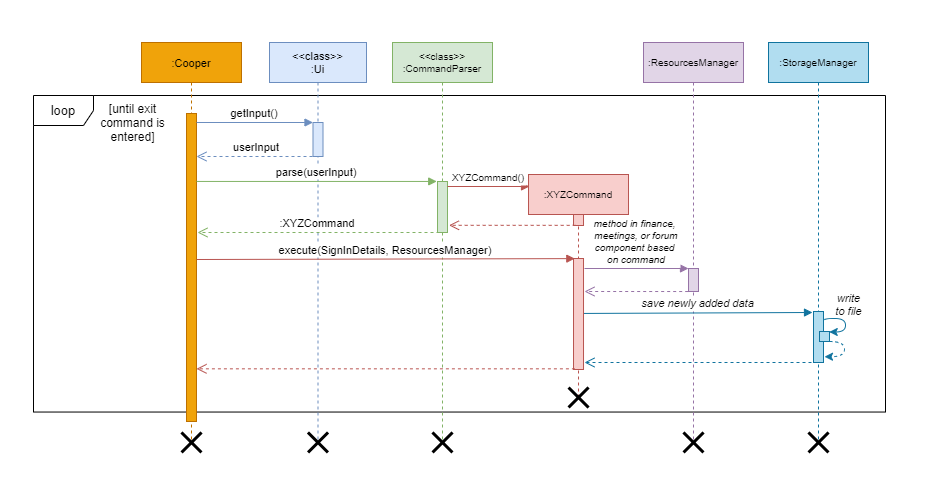
Earlier version of the draw.io export docs/developerGuideDiagrams/commandSequenceDiagram.png (theeugenechong/tp). Source tidied: cells renumbered, new cells last; positions are measured from the earlier drawing's top-left corner, leaving out a move shared by most shapes. Source of this version:
```xml
<mxGraphModel>
  <root>
    <mxCell id="0" />
    <mxCell id="1" parent="0" />
    <mxCell id="2" style="rounded=0;whiteSpace=wrap;html=1;hachureGap=4;fontFamily=Helvetica;fontSize=8;align=center;fillColor=default;strokeWidth=0;strokeColor=#FFFFFF;" parent="1" vertex="1">
      <mxGeometry width="951" height="492" as="geometry" />
    </mxCell>
    <mxCell id="3" value="&lt;font style=&quot;font-size: 13px&quot;&gt;loop&lt;/font&gt;" style="shape=umlFrame;whiteSpace=wrap;html=1;fontFamily=Helvetica;fontSize=10;" parent="1" vertex="1">
      <mxGeometry x="33" y="95" width="852" height="316.5" as="geometry" />
    </mxCell>
    <mxCell id="4" value=":Cooper" style="shape=umlLifeline;perimeter=lifelinePerimeter;rounded=0;shadow=0;strokeWidth=1;fontFamily=Helvetica;fontSize=11;fillColor=#f0a30a;strokeColor=#BD7000;fontColor=#000000;" parent="1" vertex="1">
      <mxGeometry x="141" y="42" width="100" height="400" as="geometry" />
    </mxCell>
    <mxCell id="5" style="points=[];perimeter=orthogonalPerimeter;rounded=0;shadow=0;strokeWidth=1;fontFamily=Helvetica;fontSize=11;fillColor=#f0a30a;strokeColor=#BD7000;fontColor=#000000;" parent="4" vertex="1">
      <mxGeometry x="45" y="71" width="10" height="308" as="geometry" />
    </mxCell>
    <mxCell id="6" style="shape=umlDestroy;whiteSpace=wrap;html=1;strokeWidth=3;fontFamily=Helvetica;" parent="4" vertex="1">
      <mxGeometry x="40" y="390" width="20" height="20" as="geometry" />
    </mxCell>
    <mxCell id="7" value="&lt;&lt;class&gt;&gt;&#10;:Ui" style="shape=umlLifeline;perimeter=lifelinePerimeter;rounded=0;shadow=0;strokeWidth=1;fontFamily=Helvetica;fontSize=11;fillColor=#dae8fc;strokeColor=#6c8ebf;" parent="1" vertex="1">
      <mxGeometry x="269" y="42" width="97" height="400" as="geometry" />
    </mxCell>
    <mxCell id="8" style="points=[];perimeter=orthogonalPerimeter;rounded=0;shadow=0;strokeWidth=1;fontFamily=Helvetica;fontSize=11;fillColor=#dae8fc;strokeColor=#6c8ebf;" parent="7" vertex="1">
      <mxGeometry x="43.5" y="80" width="10" height="34" as="geometry" />
    </mxCell>
    <mxCell id="9" style="shape=umlDestroy;whiteSpace=wrap;html=1;strokeWidth=3;fontFamily=Helvetica;" parent="7" vertex="1">
      <mxGeometry x="38.5" y="390" width="20" height="20" as="geometry" />
    </mxCell>
    <mxCell id="10" value="userInput" style="verticalAlign=bottom;endArrow=open;dashed=1;endSize=8;shadow=0;strokeWidth=1;fontFamily=Helvetica;fontSize=11;fillColor=#dae8fc;strokeColor=#6c8ebf;" parent="1" edge="1">
      <mxGeometry x="0.01" relative="1" as="geometry">
        <mxPoint x="318" y="156" as="sourcePoint" />
        <mxPoint x="196" y="156" as="targetPoint" />
      </mxGeometry>
    </mxCell>
    <mxCell id="11" value="getInput()" style="verticalAlign=bottom;endArrow=block;entryX=0;entryY=0;shadow=0;strokeWidth=1;fontFamily=Helvetica;fontSize=11;fillColor=#dae8fc;strokeColor=#6c8ebf;" parent="1" edge="1" source="5" target="8">
      <mxGeometry relative="1" as="geometry" />
    </mxCell>
    <mxCell id="12" value="&lt;&lt;class&gt;&gt;&#10;:CommandParser" style="shape=umlLifeline;perimeter=lifelinePerimeter;rounded=0;shadow=0;strokeWidth=1;fontFamily=Helvetica;fontSize=10;fillColor=#d5e8d4;strokeColor=#82b366;" parent="1" vertex="1">
      <mxGeometry x="392" y="42" width="100" height="400" as="geometry" />
    </mxCell>
    <mxCell id="13" style="points=[];perimeter=orthogonalPerimeter;rounded=0;shadow=0;strokeWidth=1;fontFamily=Helvetica;fontSize=11;fillColor=#d5e8d4;strokeColor=#82b366;" parent="12" vertex="1">
      <mxGeometry x="45" y="139" width="10" height="51" as="geometry" />
    </mxCell>
    <mxCell id="14" style="shape=umlDestroy;whiteSpace=wrap;html=1;strokeWidth=3;fontFamily=Helvetica;" parent="12" vertex="1">
      <mxGeometry x="40" y="390" width="20" height="20" as="geometry" />
    </mxCell>
    <mxCell id="15" value="parse(userInput)" style="verticalAlign=bottom;endArrow=block;shadow=0;strokeWidth=1;fontFamily=Helvetica;fontSize=11;entryX=-0.076;entryY=-0.001;entryDx=0;entryDy=0;entryPerimeter=0;fillColor=#d5e8d4;strokeColor=#82b366;" parent="1" edge="1" source="5" target="13">
      <mxGeometry relative="1" as="geometry" />
    </mxCell>
    <mxCell id="16" value=":XYZCommand" style="shape=umlLifeline;perimeter=lifelinePerimeter;rounded=0;shadow=0;strokeWidth=1;fontFamily=Helvetica;fontSize=10;fillColor=#f8cecc;strokeColor=#b85450;" parent="1" vertex="1">
      <mxGeometry x="528" y="174" width="100" height="223" as="geometry" />
    </mxCell>
    <mxCell id="17" style="points=[];perimeter=orthogonalPerimeter;rounded=0;shadow=0;strokeWidth=1;fontFamily=Helvetica;fontSize=11;fillColor=#f8cecc;strokeColor=#b85450;" parent="16" vertex="1">
      <mxGeometry x="45" y="40" width="10" height="11" as="geometry" />
    </mxCell>
    <mxCell id="18" style="points=[];perimeter=orthogonalPerimeter;rounded=0;shadow=0;strokeWidth=1;fontFamily=Helvetica;fontSize=11;fillColor=#f8cecc;strokeColor=#b85450;" parent="16" vertex="1">
      <mxGeometry x="45" y="84" width="10" height="111" as="geometry" />
    </mxCell>
    <mxCell id="19" value="XYZCommand()" style="verticalAlign=bottom;endArrow=block;shadow=0;strokeWidth=1;fontFamily=Helvetica;fontSize=10;fillColor=#f8cecc;strokeColor=#b85450;" parent="16" edge="1">
      <mxGeometry relative="1" as="geometry">
        <mxPoint x="-81" y="12" as="sourcePoint" />
        <mxPoint x="1" y="12" as="targetPoint" />
      </mxGeometry>
    </mxCell>
    <mxCell id="20" style="shape=umlDestroy;whiteSpace=wrap;html=1;strokeWidth=3;fontFamily=Helvetica;" parent="16" vertex="1">
      <mxGeometry x="40" y="213" width="20" height="20" as="geometry" />
    </mxCell>
    <mxCell id="21" value="&lt;font style=&quot;font-size: 12px&quot;&gt;[until exit&lt;br&gt;command is&lt;br&gt;entered]&lt;/font&gt;" style="text;html=1;align=center;verticalAlign=middle;strokeColor=none;fillColor=none;rounded=0;hachureGap=4;fontFamily=Helvetica;fontSize=9;" parent="1" vertex="1">
      <mxGeometry x="94" y="102.2" width="75" height="40" as="geometry" />
    </mxCell>
    <mxCell id="22" style="verticalAlign=bottom;endArrow=open;dashed=1;endSize=8;shadow=0;strokeWidth=1;fontFamily=Helvetica;fontSize=11;fillColor=#f8cecc;strokeColor=#b85450;exitX=0.217;exitY=0.985;exitDx=0;exitDy=0;exitPerimeter=0;entryX=1.15;entryY=0.859;entryDx=0;entryDy=0;entryPerimeter=0;" parent="1" edge="1" source="17" target="13">
      <mxGeometry x="0.01" relative="1" as="geometry" />
    </mxCell>
    <mxCell id="23" value=":XYZCommand" style="verticalAlign=bottom;endArrow=open;dashed=1;endSize=8;shadow=0;strokeWidth=1;fontFamily=Helvetica;fontSize=11;fillColor=#d5e8d4;strokeColor=#82b366;exitX=0.2;exitY=1;exitDx=0;exitDy=0;exitPerimeter=0;" parent="1" edge="1" source="13">
      <mxGeometry x="0.01" relative="1" as="geometry">
        <mxPoint x="197" y="232" as="targetPoint" />
      </mxGeometry>
    </mxCell>
    <mxCell id="24" value="execute(SignInDetails, ResourcesManager)" style="verticalAlign=bottom;endArrow=block;shadow=0;strokeWidth=1;fontFamily=Helvetica;fontSize=11;fillColor=#f8cecc;strokeColor=#b85450;entryX=0.132;entryY=0.001;entryDx=0;entryDy=0;entryPerimeter=0;" parent="1" edge="1" target="18">
      <mxGeometry relative="1" as="geometry">
        <mxPoint x="196" y="259" as="sourcePoint" />
      </mxGeometry>
    </mxCell>
    <mxCell id="25" value=":ResourcesManager" style="shape=umlLifeline;perimeter=lifelinePerimeter;rounded=0;shadow=0;strokeWidth=1;fontFamily=Helvetica;fontSize=10;fillColor=#e1d5e7;strokeColor=#9673a6;" parent="1" vertex="1">
      <mxGeometry x="643" y="42" width="100" height="400" as="geometry" />
    </mxCell>
    <mxCell id="26" style="perimeter=orthogonalPerimeter;rounded=0;shadow=0;strokeWidth=1;fontFamily=Helvetica;fontSize=11;fillColor=#e1d5e7;strokeColor=#9673a6;" parent="25" vertex="1">
      <mxGeometry x="45" y="226" width="10" height="23" as="geometry" />
    </mxCell>
    <mxCell id="27" style="shape=umlDestroy;whiteSpace=wrap;html=1;strokeWidth=3;fontFamily=Helvetica;" parent="25" vertex="1">
      <mxGeometry x="40" y="390" width="20" height="20" as="geometry" />
    </mxCell>
    <mxCell id="28" value="method in finance, &#10;meetings, or forum&#10;component based &#10;on command" style="verticalAlign=bottom;endArrow=block;shadow=0;strokeWidth=1;fontFamily=Helvetica;fontSize=10;fillColor=#e1d5e7;strokeColor=#9673a6;fontStyle=2;" parent="1" edge="1">
      <mxGeometry relative="1" as="geometry">
        <mxPoint x="584" y="268" as="sourcePoint" />
        <mxPoint x="688" y="268" as="targetPoint" />
      </mxGeometry>
    </mxCell>
    <mxCell id="29" style="verticalAlign=bottom;endArrow=open;dashed=1;endSize=8;shadow=0;strokeWidth=1;fontFamily=Helvetica;fontSize=11;fillColor=#e1d5e7;strokeColor=#9673a6;exitX=0.217;exitY=0.985;exitDx=0;exitDy=0;exitPerimeter=0;" parent="1" edge="1">
      <mxGeometry x="0.01" relative="1" as="geometry">
        <mxPoint x="687.7" y="291" as="sourcePoint" />
        <mxPoint x="584" y="291" as="targetPoint" />
      </mxGeometry>
    </mxCell>
    <mxCell id="30" style="verticalAlign=bottom;endArrow=open;dashed=1;endSize=8;shadow=0;strokeWidth=1;fontFamily=Helvetica;fontSize=11;fillColor=#f8cecc;strokeColor=#b85450;exitX=0.14;exitY=0.994;exitDx=0;exitDy=0;exitPerimeter=0;" parent="1" edge="1" source="18" target="5">
      <mxGeometry x="0.01" relative="1" as="geometry" />
    </mxCell>
    <mxCell id="31" value=":StorageManager" style="shape=umlLifeline;perimeter=lifelinePerimeter;rounded=0;shadow=0;strokeWidth=1;fontFamily=Helvetica;fontSize=10;fillColor=#b1ddf0;strokeColor=#10739e;" parent="1" vertex="1">
      <mxGeometry x="768" y="42" width="100" height="400" as="geometry" />
    </mxCell>
    <mxCell id="32" style="points=[];perimeter=orthogonalPerimeter;rounded=0;shadow=0;strokeWidth=1;fontFamily=Helvetica;fontSize=11;fillColor=#b1ddf0;strokeColor=#10739e;" parent="31" vertex="1">
      <mxGeometry x="45" y="269" width="10" height="51" as="geometry" />
    </mxCell>
    <mxCell id="33" style="shape=umlDestroy;whiteSpace=wrap;html=1;strokeWidth=3;fontFamily=Helvetica;" parent="31" vertex="1">
      <mxGeometry x="40" y="390" width="20" height="20" as="geometry" />
    </mxCell>
    <mxCell id="34" value="save newly added data" style="verticalAlign=bottom;endArrow=block;shadow=0;strokeWidth=1;fontFamily=Helvetica;fontSize=11;fillColor=#b1ddf0;strokeColor=#10739e;fontStyle=2;exitX=1.051;exitY=0.495;exitDx=0;exitDy=0;exitPerimeter=0;" parent="1" edge="1" source="18">
      <mxGeometry relative="1" as="geometry">
        <mxPoint x="812" y="312" as="targetPoint" />
      </mxGeometry>
    </mxCell>
    <mxCell id="35" style="verticalAlign=bottom;endArrow=open;dashed=1;endSize=8;shadow=0;strokeWidth=1;fontFamily=Helvetica;fontSize=11;fillColor=#b1ddf0;strokeColor=#10739e;exitX=0.49;exitY=0.8;exitDx=0;exitDy=0;exitPerimeter=0;" parent="1" edge="1" source="31">
      <mxGeometry x="0.01" relative="1" as="geometry">
        <mxPoint x="584" y="362" as="targetPoint" />
      </mxGeometry>
    </mxCell>
    <mxCell id="36" style="html=1;points=[];perimeter=orthogonalPerimeter;fontFamily=Helvetica;fontSize=10;fillColor=#b1ddf0;strokeColor=#10739e;" parent="1" vertex="1">
      <mxGeometry x="819" y="331" width="10" height="10" as="geometry" />
    </mxCell>
    <mxCell id="37" style="curved=1;endArrow=classic;html=1;rounded=0;fontFamily=Helvetica;fontSize=10;edgeStyle=orthogonalEdgeStyle;entryX=0.976;entryY=0.048;entryDx=0;entryDy=0;entryPerimeter=0;exitX=1.052;exitY=0.177;exitDx=0;exitDy=0;exitPerimeter=0;fillColor=#b1ddf0;strokeColor=#10739e;" parent="1" edge="1" source="32" target="36">
      <mxGeometry relative="1" as="geometry">
        <Array as="points">
          <mxPoint x="824" y="318" />
          <mxPoint x="845" y="318" />
          <mxPoint x="845" y="332" />
        </Array>
      </mxGeometry>
    </mxCell>
    <mxCell id="38" style="curved=1;endArrow=classic;html=1;rounded=0;fontFamily=Helvetica;fontSize=10;edgeStyle=orthogonalEdgeStyle;exitX=0.976;exitY=1;exitDx=0;exitDy=0;exitPerimeter=0;entryX=1.1;entryY=0.887;entryDx=0;entryDy=0;entryPerimeter=0;dashed=1;fillColor=#b1ddf0;strokeColor=#10739e;" parent="1" edge="1" source="36" target="32">
      <mxGeometry relative="1" as="geometry">
        <Array as="points">
          <mxPoint x="844" y="341" />
          <mxPoint x="844" y="356" />
        </Array>
      </mxGeometry>
    </mxCell>
    <mxCell id="39" value="&lt;span style=&quot;color: rgb(0 , 0 , 0) ; font-family: &amp;#34;helvetica&amp;#34; ; font-size: 11px ; font-style: italic ; font-weight: 400 ; letter-spacing: normal ; text-indent: 0px ; text-transform: none ; word-spacing: 0px ; background-color: rgb(255 , 255 , 255) ; display: inline ; float: none&quot;&gt;write&lt;br&gt;to file&lt;/span&gt;" style="text;whiteSpace=wrap;html=1;fontSize=10;fontFamily=Helvetica;align=center;" parent="1" vertex="1">
      <mxGeometry x="832" y="285" width="32.6" height="27" as="geometry" />
    </mxCell>
  </root>
</mxGraphModel>
```
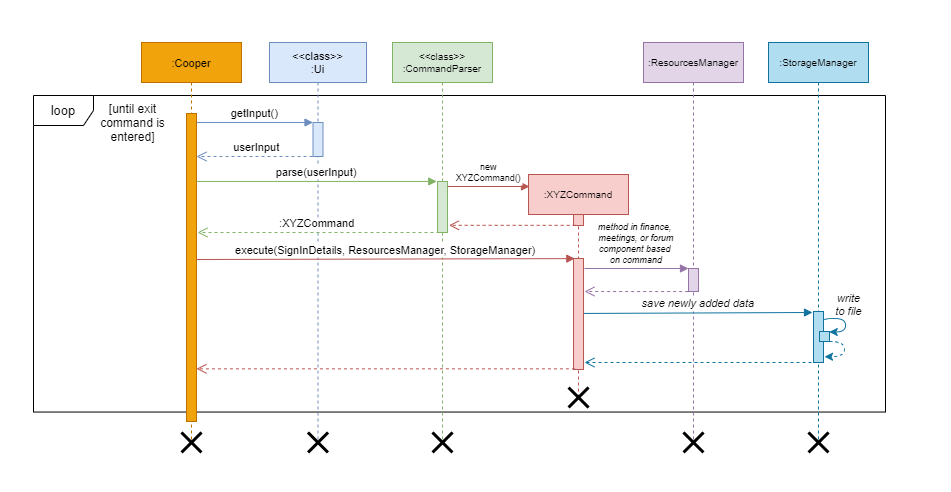
Above is the later version.

Commit message:
Add Command and Verification sections for DG

Diff of the diagram source:
```diff
@@ -56,7 +56,7 @@
     <mxCell id="18" style="points=[];perimeter=orthogonalPerimeter;rounded=0;shadow=0;strokeWidth=1;fontFamily=Helvetica;fontSize=11;fillColor=#f8cecc;strokeColor=#b85450;" parent="16" vertex="1">
       <mxGeometry x="45" y="84" width="10" height="111" as="geometry" />
     </mxCell>
-    <mxCell id="19" value="XYZCommand()" style="verticalAlign=bottom;endArrow=block;shadow=0;strokeWidth=1;fontFamily=Helvetica;fontSize=10;fillColor=#f8cecc;strokeColor=#b85450;" parent="16" edge="1">
+    <mxCell id="19" value="new&#10;XYZCommand()" style="verticalAlign=bottom;endArrow=block;shadow=0;strokeWidth=1;fontFamily=Helvetica;fontSize=9;fillColor=#f8cecc;strokeColor=#b85450;" parent="16" edge="1">
       <mxGeometry relative="1" as="geometry">
         <mxPoint x="-81" y="12" as="sourcePoint" />
         <mxPoint x="1" y="12" as="targetPoint" />
@@ -76,7 +76,7 @@
         <mxPoint x="197" y="232" as="targetPoint" />
       </mxGeometry>
     </mxCell>
-    <mxCell id="24" value="execute(SignInDetails, ResourcesManager)" style="verticalAlign=bottom;endArrow=block;shadow=0;strokeWidth=1;fontFamily=Helvetica;fontSize=11;fillColor=#f8cecc;strokeColor=#b85450;entryX=0.132;entryY=0.001;entryDx=0;entryDy=0;entryPerimeter=0;" parent="1" edge="1" target="18">
+    <mxCell id="24" value="execute(SignInDetails, ResourcesManager, StorageManager)" style="verticalAlign=bottom;endArrow=block;shadow=0;strokeWidth=1;fontFamily=Helvetica;fontSize=11;fillColor=#f8cecc;strokeColor=#b85450;entryX=0.132;entryY=0.001;entryDx=0;entryDy=0;entryPerimeter=0;" parent="1" edge="1" target="18">
       <mxGeometry relative="1" as="geometry">
         <mxPoint x="196" y="259" as="sourcePoint" />
       </mxGeometry>
@@ -90,7 +90,7 @@
     <mxCell id="27" style="shape=umlDestroy;whiteSpace=wrap;html=1;strokeWidth=3;fontFamily=Helvetica;" parent="25" vertex="1">
       <mxGeometry x="40" y="390" width="20" height="20" as="geometry" />
     </mxCell>
-    <mxCell id="28" value="method in finance, &#10;meetings, or forum&#10;component based &#10;on command" style="verticalAlign=bottom;endArrow=block;shadow=0;strokeWidth=1;fontFamily=Helvetica;fontSize=10;fillColor=#e1d5e7;strokeColor=#9673a6;fontStyle=2;" parent="1" edge="1">
+    <mxCell id="28" value="method in finance, &#10;meetings, or forum&#10;component based &#10;on command" style="verticalAlign=bottom;endArrow=block;shadow=0;strokeWidth=1;fontFamily=Helvetica;fontSize=9;fillColor=#e1d5e7;strokeColor=#9673a6;fontStyle=2;" parent="1" edge="1">
       <mxGeometry relative="1" as="geometry">
         <mxPoint x="584" y="268" as="sourcePoint" />
         <mxPoint x="688" y="268" as="targetPoint" />
```
